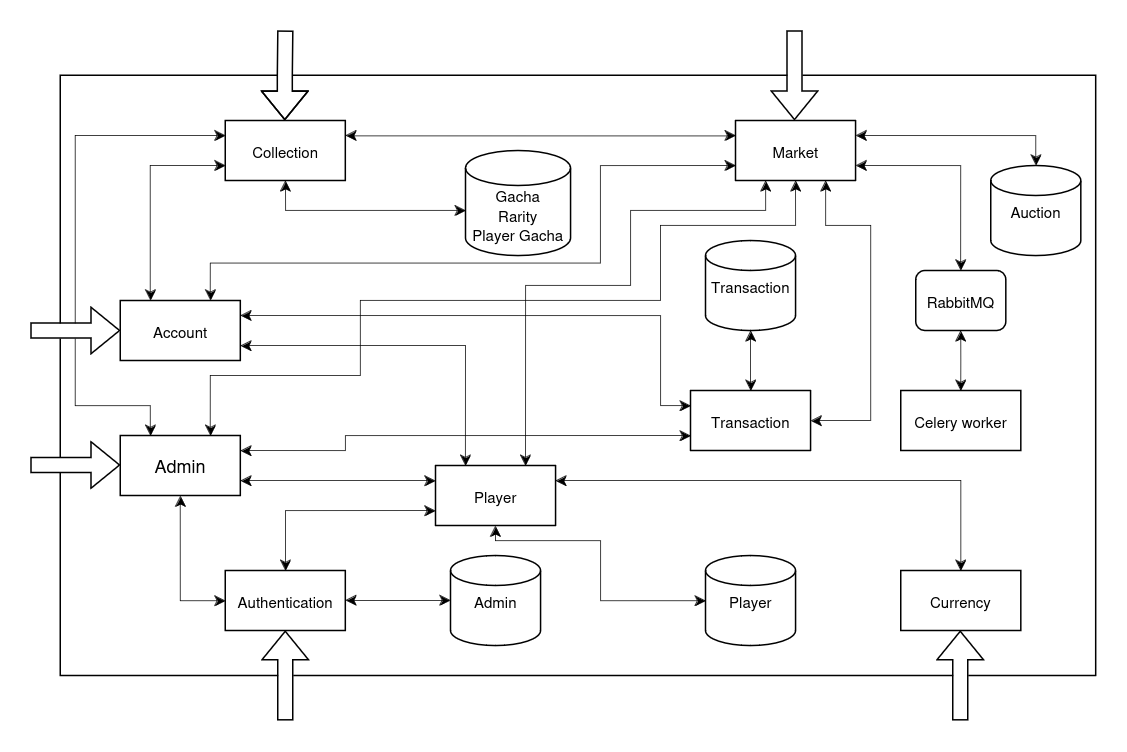
Above: docs/final-delivery/architecture-v2.drawio.png in pklone/ASE-project (draw.io), before the change. Source tidied: cells renumbered, new cells last; positions are measured from the earlier drawing's top-left corner, leaving out a move shared by most shapes.
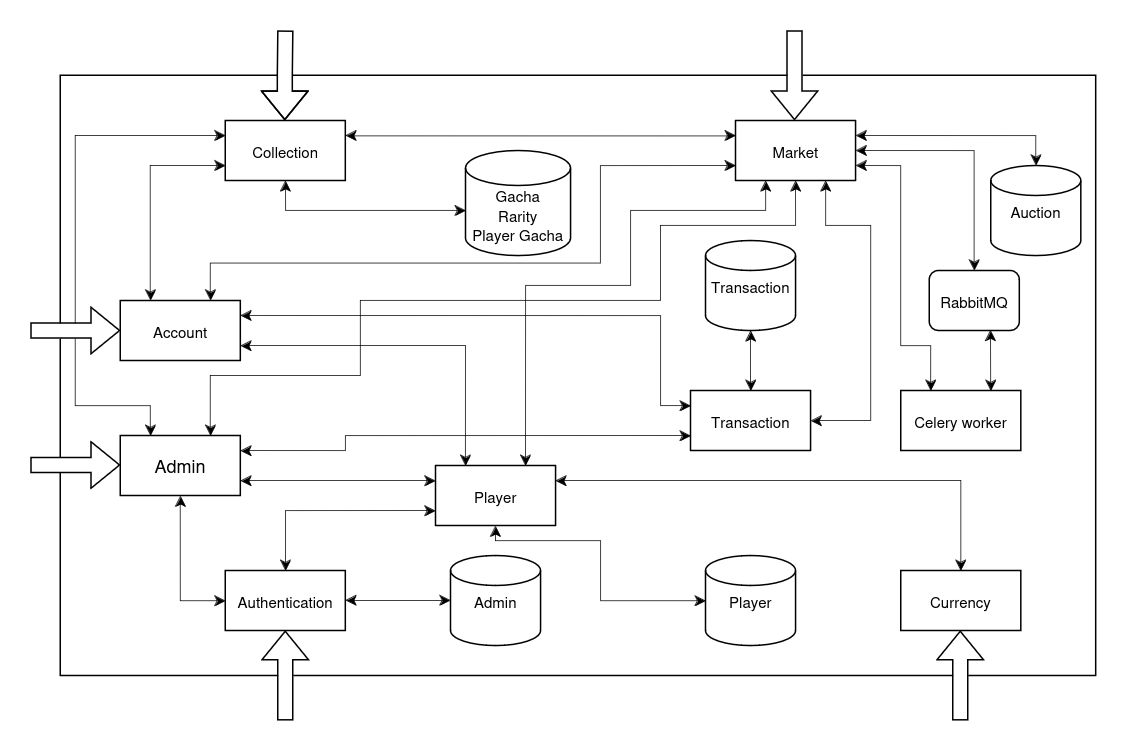
Above is the later version.

Commit message:
feat(openapi): OPENAPI player and architecture updates [skip ci]

The edit, as a diff of the source:
```diff
@@ -110,9 +110,9 @@
         </Array>
       </mxGeometry>
     </mxCell>
-    <mxCell id="22" style="endArrow=classic;startArrow=classic;html=1;rounded=0;strokeWidth=0.5;edgeStyle=orthogonalEdgeStyle;exitX=0.5;exitY=1;exitDx=0;exitDy=0;" parent="1" edge="1" source="41">
+    <mxCell id="22" style="endArrow=classic;startArrow=classic;html=1;rounded=0;strokeWidth=0.5;edgeStyle=orthogonalEdgeStyle;exitX=0.681;exitY=0.992;exitDx=0;exitDy=0;exitPerimeter=0;" parent="1" edge="1" source="41">
       <mxGeometry relative="1" as="geometry">
-        <mxPoint x="620" y="240" as="targetPoint" />
+        <mxPoint x="640" y="240" as="targetPoint" />
       </mxGeometry>
     </mxCell>
     <mxCell id="23" style="edgeStyle=orthogonalEdgeStyle;rounded=0;jettySize=auto;html=1;exitX=1;exitY=0.25;exitDx=0;exitDy=0;" parent="1" edge="1" source="24">
@@ -235,9 +235,9 @@
       </mxGeometry>
     </mxCell>
     <mxCell id="41" value="&lt;font style=&quot;font-size: 10px;&quot;&gt;RabbitMQ&lt;/font&gt;" style="rounded=1;whiteSpace=wrap;html=1;" parent="1" vertex="1">
-      <mxGeometry x="590" y="160" width="60" height="40" as="geometry" />
+      <mxGeometry x="599" y="160" width="60" height="40" as="geometry" />
     </mxCell>
-    <mxCell id="42" style="endArrow=classic;startArrow=classic;html=1;rounded=0;strokeWidth=0.5;edgeStyle=orthogonalEdgeStyle;exitX=1;exitY=0.75;exitDx=0;exitDy=0;entryX=0.5;entryY=0;entryDx=0;entryDy=0;" parent="1" edge="1" source="5" target="41">
+    <mxCell id="42" style="endArrow=classic;startArrow=classic;html=1;rounded=0;strokeWidth=0.5;edgeStyle=orthogonalEdgeStyle;exitX=1;exitY=0.5;exitDx=0;exitDy=0;entryX=0.5;entryY=0;entryDx=0;entryDy=0;" parent="1" edge="1" source="5" target="41">
       <mxGeometry relative="1" as="geometry" />
     </mxCell>
     <mxCell id="43" style="endArrow=classic;startArrow=classic;html=1;rounded=0;strokeWidth=0.5;edgeStyle=orthogonalEdgeStyle;exitX=0.75;exitY=1;exitDx=0;exitDy=0;" parent="1" edge="1" source="5" target="6">
@@ -268,5 +268,15 @@
         </Array>
       </mxGeometry>
     </mxCell>
+    <mxCell id="46" style="endArrow=classic;startArrow=classic;html=1;rounded=0;strokeWidth=0.5;edgeStyle=orthogonalEdgeStyle;entryX=0.25;entryY=0;entryDx=0;entryDy=0;" parent="1" edge="1" target="3">
+      <mxGeometry relative="1" as="geometry">
+        <mxPoint x="550" y="90" as="sourcePoint" />
+        <Array as="points">
+          <mxPoint x="580" y="90" />
+          <mxPoint x="580" y="210" />
+          <mxPoint x="600" y="210" />
+        </Array>
+      </mxGeometry>
+    </mxCell>
   </root>
 </mxGraphModel>
```
